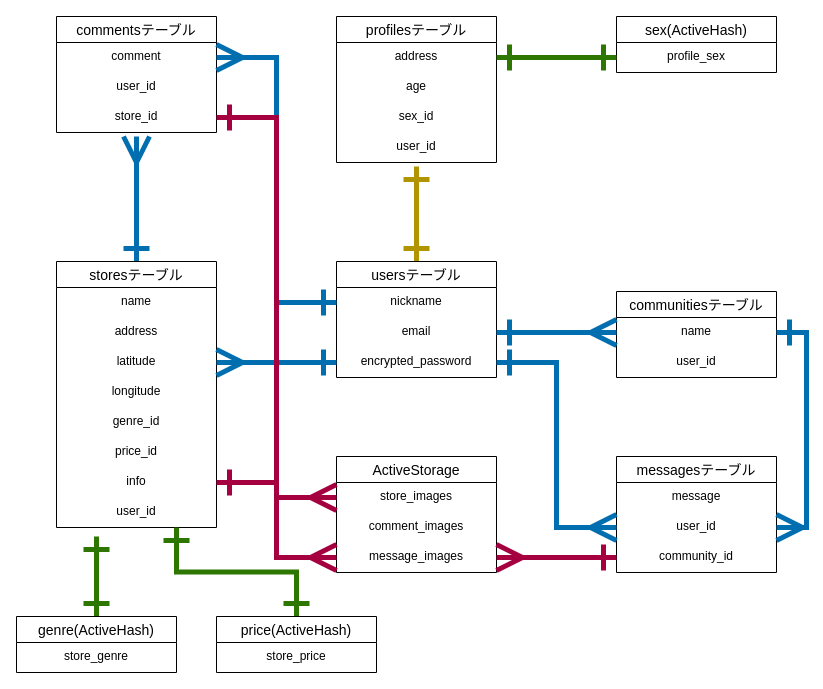
The draw.io diagram local-eating.dio in fujiidan/local-eating, before the edit. Source tidied: cells renumbered, new cells numbered last; positions are measured from the earlier drawing's top-left corner, leaving out a move shared by most shapes. Both pictures are drawn from the tidied source at 100%, with x=0, y=0 at pixel (16, 16).
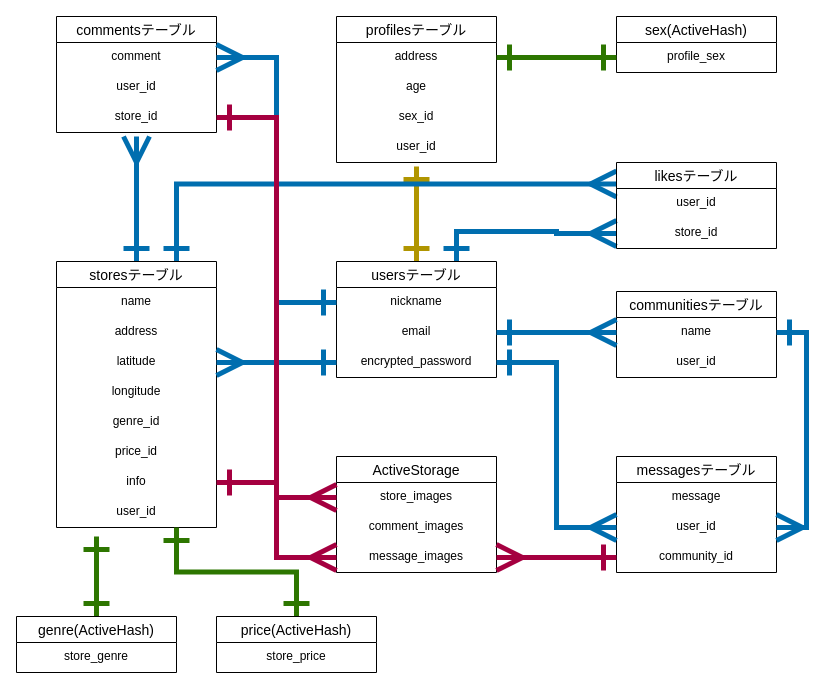
Above is the later version.

The change refers to these unchanged cells:
```xml
<mxCell id="3" value="usersテーブル" style="swimlane;fontStyle=0;horizontal=1;startSize=26;align=center;fontSize=14;" parent="1" vertex="1">
  <mxGeometry x="320" y="245" width="160" height="116" as="geometry" />
</mxCell>
<mxCell id="13" value="storesテーブル" style="swimlane;fontStyle=0;horizontal=1;startSize=26;align=center;fontSize=14;" parent="1" vertex="1">
  <mxGeometry x="40" y="245" width="160" height="266" as="geometry" />
</mxCell>
```

What changed in the source:
```diff
@@
+    <mxCell id="54" style="edgeStyle=orthogonalEdgeStyle;rounded=0;jettySize=auto;html=1;exitX=0.75;exitY=0;exitDx=0;exitDy=0;entryX=0;entryY=0.5;entryDx=0;entryDy=0;startArrow=ERone;startFill=0;startSize=20;endArrow=ERmany;endFill=0;endSize=20;strokeWidth=5;fillColor=#1ba1e2;strokeColor=#006EAF;" parent="1" edge="1" source="3" target="58">
+      <mxGeometry relative="1" as="geometry" />
+    </mxCell>
@@
+    <mxCell id="55" style="edgeStyle=orthogonalEdgeStyle;rounded=0;jettySize=auto;html=1;exitX=0.75;exitY=0;exitDx=0;exitDy=0;entryX=0;entryY=0.25;entryDx=0;entryDy=0;startArrow=ERone;startFill=0;startSize=20;endArrow=ERmany;endFill=0;endSize=20;strokeWidth=5;fillColor=#1ba1e2;strokeColor=#006EAF;" parent="1" edge="1" source="13" target="56">
+      <mxGeometry relative="1" as="geometry" />
+    </mxCell>
@@
+    <mxCell id="56" value="likesテーブル" style="swimlane;fontStyle=0;horizontal=1;startSize=26;align=center;fontSize=14;" parent="1" vertex="1">
+      <mxGeometry x="600" y="146" width="160" height="86" as="geometry" />
+    </mxCell>
+    <mxCell id="57" value="user_id" style="text;strokeColor=none;fillColor=none;spacingLeft=4;spacingRight=4;overflow=hidden;fontSize=12;align=center;" parent="56" vertex="1">
+      <mxGeometry y="26" width="160" height="30" as="geometry" />
+    </mxCell>
+    <mxCell id="58" value="store_id" style="text;strokeColor=none;fillColor=none;spacingLeft=4;spacingRight=4;overflow=hidden;points=[[0,0.5],[1,0.5]];portConstraint=eastwest;fontSize=12;align=center;" parent="56" vertex="1">
+      <mxGeometry y="56" width="160" height="30" as="geometry" />
+    </mxCell>
```
